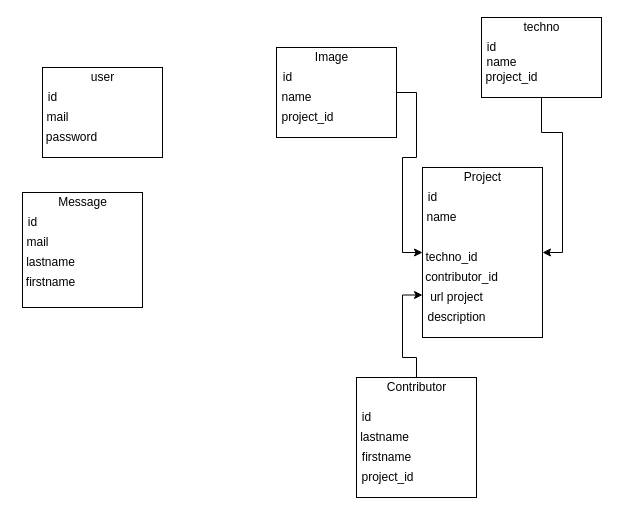
Valentin-int/Portfolio keeps this draw.io diagram as draw.drawio. Above is the earlier version. Source tidied: cells renumbered, new cells numbered last; positions are measured from the earlier drawing's top-left corner, leaving out a move shared by most shapes. Both pictures are drawn from the tidied source at 100%, with x=0, y=0 at pixel (17, 17).
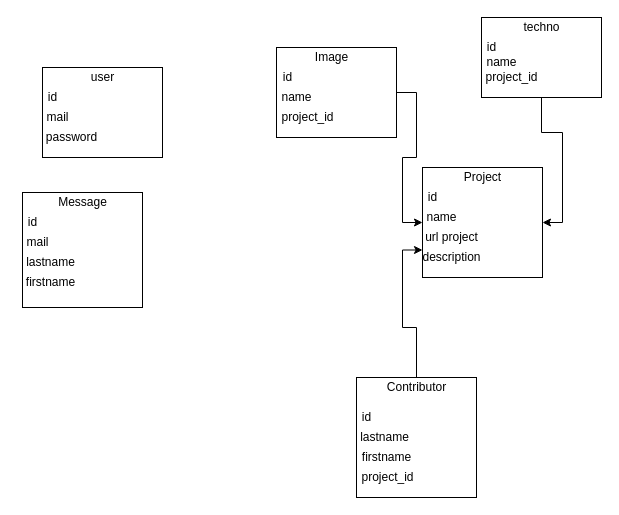
The same page after the edit.

What changed in the source:
```diff
@@
     <mxCell id="7" style="whiteSpace=wrap;html=1;" parent="1" vertex="1">
-      <mxGeometry x="405" y="150" width="120" height="170" as="geometry" />
+      <mxGeometry x="405" y="150" width="120" height="110" as="geometry" />
     </mxCell>
@@
-    <mxCell id="17" value="techno_id" style="text;html=1;align=center;verticalAlign=middle;fillColor=none;strokeColor=none;rounded=0;" parent="1" vertex="1">
-      <mxGeometry x="399" y="230" width="70" height="20" as="geometry" />
-    </mxCell>
-    <mxCell id="18" value="contributor_id" style="text;html=1;align=center;verticalAlign=middle;fillColor=none;strokeColor=none;rounded=0;" parent="1" vertex="1">
-      <mxGeometry x="399" y="250" width="90" height="20" as="geometry" />
-    </mxCell>
@@
     <mxCell id="32" value="url project" style="text;html=1;align=center;verticalAlign=middle;fillColor=none;strokeColor=none;rounded=0;" parent="1" vertex="1">
-      <mxGeometry x="404" y="270" width="70" height="20" as="geometry" />
+      <mxGeometry x="399" y="210" width="70" height="20" as="geometry" />
     </mxCell>
@@
     <mxCell id="39" value="description" style="text;html=1;align=center;verticalAlign=middle;fillColor=none;strokeColor=none;rounded=0;" parent="1" vertex="1">
-      <mxGeometry x="404" y="290" width="70" height="20" as="geometry" />
+      <mxGeometry x="399" y="230" width="70" height="20" as="geometry" />
     </mxCell>
```
